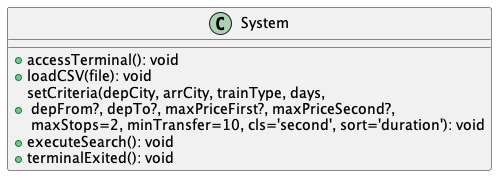
Before: docs/Artifacts/systemOperation.png, a diagram exported from PlantUML (nicolas-zampieri/SOEN342).
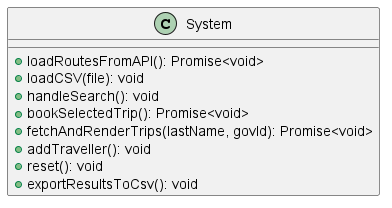
The same diagram one commit later.

Diff of the diagram source:
```diff
@@ -1,10 +1,12 @@
 @startuml systemOperation
 class "System" {
-
-    + accessTerminal(): void
-    +loadCSV(file): void
-    + setCriteria(depCity, arrCity, trainType, days,\n depFrom?, depTo?, maxPriceFirst?, maxPriceSecond?,\n maxStops=2, minTransfer=10, cls='second', sort='duration'): void
-    + executeSearch(): void
-    + terminalExited(): void
+    + loadRoutesFromAPI(): Promise<void>
+    + loadCSV(file): void
+    + handleSearch(): void
+    + bookSelectedTrip(): Promise<void>
+    + fetchAndRenderTrips(lastName, govId): Promise<void>
+    + addTraveller(): void
+    + reset(): void
+    + exportResultsToCsv(): void
 }
 @enduml
```
